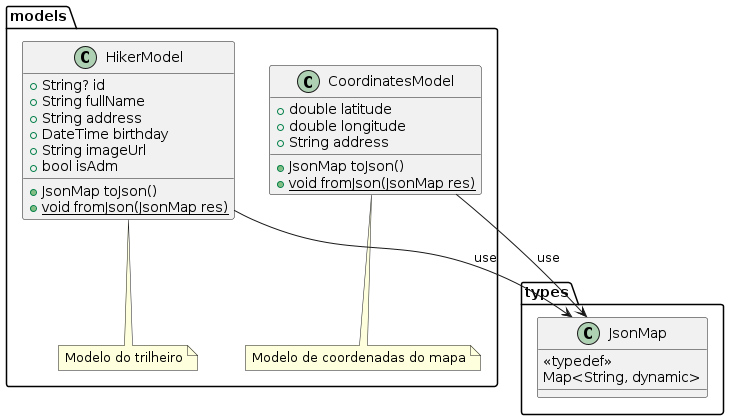
This is docs/diagrams/out/pe_na_pedra_class_diagram_1.png from tiagors09/pe_na_pedra, a PlantUML export, as it was before one commit.
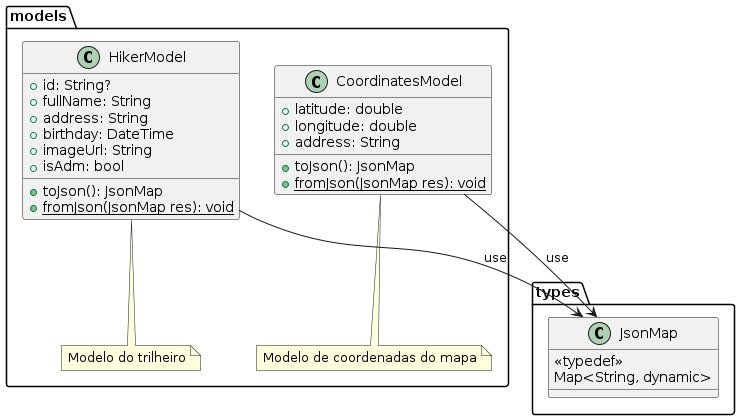
Above is the later version.

Commit message:
feat: :sparkles: export class diagrams to png

Change to the diagram source:
```diff
@@ -11,22 +11,22 @@
   note "Modelo de coordenadas do mapa" as N2
 
   class HikerModel {
-    + String? id
-    + String fullName
-    + String address
-    + DateTime birthday
-    + String imageUrl
-    + bool isAdm
-    + JsonMap toJson()
-    + {static} void fromJson(JsonMap res)
+    + id: String?
+    + fullName: String
+    + address: String
+    + birthday: DateTime
+    + imageUrl: String
+    + isAdm: bool
+    + toJson(): JsonMap
+    + {static} fromJson(JsonMap res): void
   }
 
   class CoordinatesModel {
-    + double latitude
-    + double longitude
-    + String address
-    + JsonMap toJson()
-    + {static} void fromJson(JsonMap res)
+    + latitude: double
+    + longitude: double
+    + address: String
+    + toJson(): JsonMap
+    + {static} fromJson(JsonMap res): void
   }
 
   HikerModel .. N1
```
